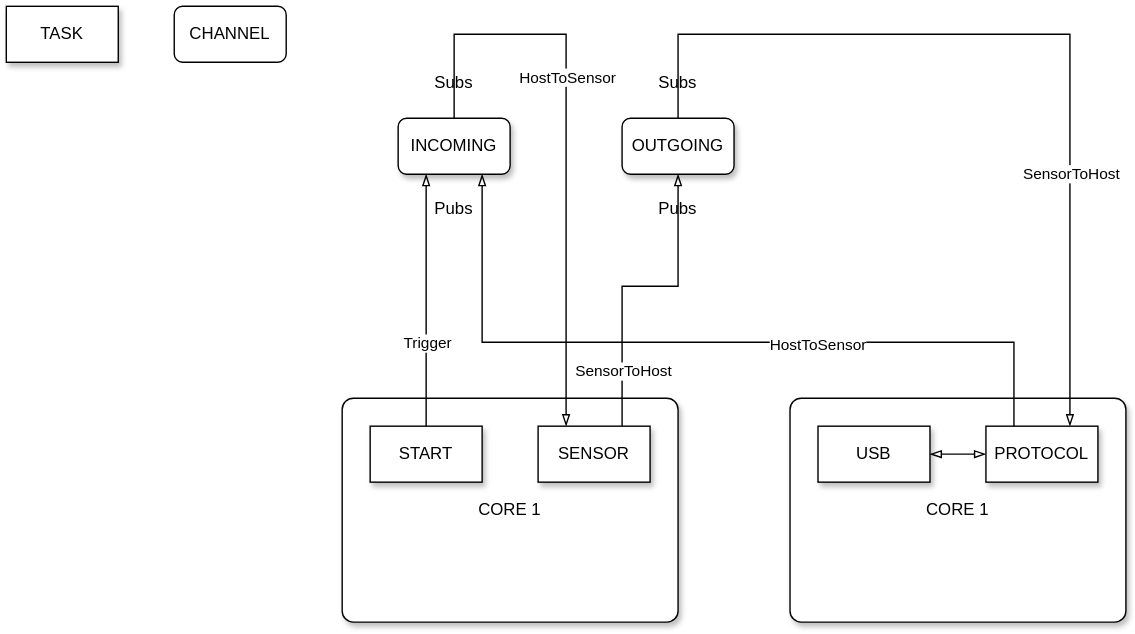
barafael/intro-course keeps this draw.io diagram as images/channels_and_cores.drawio.svg. Above is the earlier version. Source tidied: cells renumbered, new cells last; positions are measured from the earlier drawing's top-left corner, leaving out a move shared by most shapes.
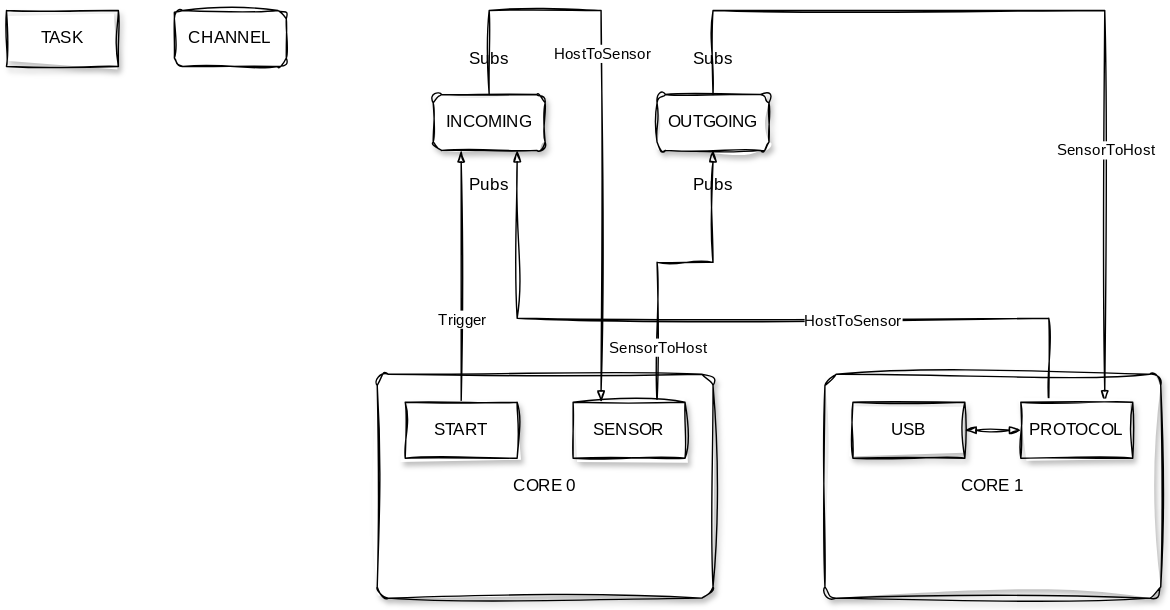
After the commit.

The edit, as a diff of the source:
```diff
@@ -2,40 +2,40 @@
   <root>
     <mxCell id="0" />
     <mxCell id="1" parent="0" />
-    <mxCell id="2" value="CORE 1" style="rounded=1;whiteSpace=wrap;html=1;arcSize=5;shadow=1;" parent="1" vertex="1">
+    <mxCell id="2" value="CORE 0" style="rounded=1;whiteSpace=wrap;html=1;arcSize=5;shadow=1;sketch=1;curveFitting=1;jiggle=2;fontFamily=Architects Daughter;fontSource=https%3A%2F%2Ffonts.googleapis.com%2Fcss%3Ffamily%3DArchitects%2BDaughter;" parent="1" vertex="1">
       <mxGeometry x="240" y="280" width="240" height="160" as="geometry" />
     </mxCell>
-    <mxCell id="3" value="OUTGOING" style="rounded=1;whiteSpace=wrap;html=1;shadow=1;" parent="1" vertex="1">
+    <mxCell id="3" value="OUTGOING" style="rounded=1;whiteSpace=wrap;html=1;shadow=1;sketch=1;curveFitting=1;jiggle=2;fontFamily=Architects Daughter;fontSource=https%3A%2F%2Ffonts.googleapis.com%2Fcss%3Ffamily%3DArchitects%2BDaughter;" parent="1" vertex="1">
       <mxGeometry x="440" y="80" width="80" height="40" as="geometry" />
     </mxCell>
-    <mxCell id="4" value="INCOMING" style="rounded=1;whiteSpace=wrap;html=1;shadow=1;" parent="1" vertex="1">
+    <mxCell id="4" value="INCOMING" style="rounded=1;whiteSpace=wrap;html=1;shadow=1;sketch=1;curveFitting=1;jiggle=2;fontFamily=Architects Daughter;fontSource=https%3A%2F%2Ffonts.googleapis.com%2Fcss%3Ffamily%3DArchitects%2BDaughter;" parent="1" vertex="1">
       <mxGeometry x="280" y="80" width="80" height="40" as="geometry" />
     </mxCell>
-    <mxCell id="5" value="Pubs" style="text;html=1;align=center;verticalAlign=middle;whiteSpace=wrap;rounded=0;" parent="1" vertex="1">
+    <mxCell id="5" value="Pubs" style="text;html=1;align=center;verticalAlign=middle;whiteSpace=wrap;rounded=0;sketch=1;curveFitting=1;jiggle=2;fontFamily=Architects Daughter;fontSource=https%3A%2F%2Ffonts.googleapis.com%2Fcss%3Ffamily%3DArchitects%2BDaughter;" parent="1" vertex="1">
       <mxGeometry x="450" y="130" width="60" height="30" as="geometry" />
     </mxCell>
-    <mxCell id="6" value="Subs" style="text;html=1;align=center;verticalAlign=middle;whiteSpace=wrap;rounded=0;" parent="1" vertex="1">
+    <mxCell id="6" value="Subs" style="text;html=1;align=center;verticalAlign=middle;whiteSpace=wrap;rounded=0;sketch=1;curveFitting=1;jiggle=2;fontFamily=Architects Daughter;fontSource=https%3A%2F%2Ffonts.googleapis.com%2Fcss%3Ffamily%3DArchitects%2BDaughter;" parent="1" vertex="1">
       <mxGeometry x="450" y="40" width="60" height="30" as="geometry" />
     </mxCell>
-    <mxCell id="7" value="Subs" style="text;html=1;align=center;verticalAlign=middle;whiteSpace=wrap;rounded=0;" parent="1" vertex="1">
+    <mxCell id="7" value="Subs" style="text;html=1;align=center;verticalAlign=middle;whiteSpace=wrap;rounded=0;sketch=1;curveFitting=1;jiggle=2;fontFamily=Architects Daughter;fontSource=https%3A%2F%2Ffonts.googleapis.com%2Fcss%3Ffamily%3DArchitects%2BDaughter;" parent="1" vertex="1">
       <mxGeometry x="290" y="40" width="60" height="30" as="geometry" />
     </mxCell>
-    <mxCell id="8" value="CORE 1" style="rounded=1;whiteSpace=wrap;html=1;arcSize=5;shadow=1;" parent="1" vertex="1">
+    <mxCell id="8" value="CORE 1" style="rounded=1;whiteSpace=wrap;html=1;arcSize=5;shadow=1;sketch=1;curveFitting=1;jiggle=2;fontFamily=Architects Daughter;fontSource=https%3A%2F%2Ffonts.googleapis.com%2Fcss%3Ffamily%3DArchitects%2BDaughter;" parent="1" vertex="1">
       <mxGeometry x="560" y="280" width="240" height="160" as="geometry" />
     </mxCell>
-    <mxCell id="9" value="USB" style="rounded=0;whiteSpace=wrap;html=1;shadow=1;" parent="1" vertex="1">
+    <mxCell id="9" value="USB" style="rounded=0;whiteSpace=wrap;html=1;shadow=1;sketch=1;curveFitting=1;jiggle=2;fontFamily=Architects Daughter;fontSource=https%3A%2F%2Ffonts.googleapis.com%2Fcss%3Ffamily%3DArchitects%2BDaughter;" parent="1" vertex="1">
       <mxGeometry x="580" y="300" width="80" height="40" as="geometry" />
     </mxCell>
-    <mxCell id="10" style="edgeStyle=orthogonalEdgeStyle;rounded=0;jettySize=auto;html=1;exitX=0.5;exitY=0;exitDx=0;exitDy=0;strokeColor=default;align=center;verticalAlign=middle;fontFamily=Helvetica;fontSize=11;fontColor=default;labelBackgroundColor=default;endArrow=blockThin;endFill=0;entryX=0.25;entryY=1;entryDx=0;entryDy=0;" parent="1" edge="1" source="12" target="4">
+    <mxCell id="10" style="edgeStyle=orthogonalEdgeStyle;rounded=0;jettySize=auto;html=1;exitX=0.5;exitY=0;exitDx=0;exitDy=0;strokeColor=default;align=center;verticalAlign=middle;fontFamily=Architects Daughter;fontSize=11;fontColor=default;labelBackgroundColor=default;endArrow=blockThin;endFill=0;entryX=0.25;entryY=1;entryDx=0;entryDy=0;sketch=1;curveFitting=1;jiggle=2;fontSource=https%3A%2F%2Ffonts.googleapis.com%2Fcss%3Ffamily%3DArchitects%2BDaughter;" parent="1" edge="1" source="12" target="4">
       <mxGeometry relative="1" as="geometry" />
     </mxCell>
-    <mxCell id="11" value="Trigger" style="edgeLabel;html=1;align=center;verticalAlign=middle;fontFamily=Helvetica;fontSize=11;fontColor=default;labelBackgroundColor=default;" parent="10" vertex="1">
+    <mxCell id="11" value="Trigger" style="edgeLabel;html=1;align=center;verticalAlign=middle;fontFamily=Architects Daughter;fontSize=11;fontColor=default;labelBackgroundColor=default;sketch=1;curveFitting=1;jiggle=2;fontSource=https%3A%2F%2Ffonts.googleapis.com%2Fcss%3Ffamily%3DArchitects%2BDaughter;" parent="10" vertex="1">
       <mxGeometry x="-0.33" relative="1" as="geometry" />
     </mxCell>
-    <mxCell id="12" value="START" style="rounded=0;whiteSpace=wrap;html=1;shadow=1;glass=0;" parent="1" vertex="1">
+    <mxCell id="12" value="START" style="rounded=0;whiteSpace=wrap;html=1;shadow=1;glass=0;sketch=1;curveFitting=1;jiggle=2;fontFamily=Architects Daughter;fontSource=https%3A%2F%2Ffonts.googleapis.com%2Fcss%3Ffamily%3DArchitects%2BDaughter;" parent="1" vertex="1">
       <mxGeometry x="260" y="300" width="80" height="40" as="geometry" />
     </mxCell>
-    <mxCell id="13" style="edgeStyle=orthogonalEdgeStyle;rounded=0;jettySize=auto;html=1;exitX=0.75;exitY=0;exitDx=0;exitDy=0;strokeColor=default;align=center;verticalAlign=middle;fontFamily=Helvetica;fontSize=11;fontColor=default;labelBackgroundColor=default;endArrow=blockThin;endFill=0;entryX=0.5;entryY=1;entryDx=0;entryDy=0;" parent="1" edge="1" source="17" target="3">
+    <mxCell id="13" style="edgeStyle=orthogonalEdgeStyle;rounded=0;jettySize=auto;html=1;exitX=0.75;exitY=0;exitDx=0;exitDy=0;strokeColor=default;align=center;verticalAlign=middle;fontFamily=Architects Daughter;fontSize=11;fontColor=default;labelBackgroundColor=default;endArrow=blockThin;endFill=0;entryX=0.5;entryY=1;entryDx=0;entryDy=0;sketch=1;curveFitting=1;jiggle=2;fontSource=https%3A%2F%2Ffonts.googleapis.com%2Fcss%3Ffamily%3DArchitects%2BDaughter;" parent="1" edge="1" source="17" target="3">
       <mxGeometry relative="1" as="geometry">
         <Array as="points">
           <mxPoint x="440" y="200" />
@@ -43,12 +43,12 @@
         </Array>
       </mxGeometry>
     </mxCell>
-    <mxCell id="14" value="SensorToHost" style="edgeLabel;html=1;align=center;verticalAlign=middle;fontFamily=Helvetica;fontSize=11;fontColor=default;labelBackgroundColor=default;" parent="13" vertex="1">
+    <mxCell id="14" value="SensorToHost" style="edgeLabel;html=1;align=center;verticalAlign=middle;fontFamily=Architects Daughter;fontSize=11;fontColor=default;labelBackgroundColor=default;sketch=1;curveFitting=1;jiggle=2;fontSource=https%3A%2F%2Ffonts.googleapis.com%2Fcss%3Ffamily%3DArchitects%2BDaughter;" parent="13" vertex="1">
       <mxGeometry x="-0.51" relative="1" as="geometry">
         <mxPoint y="14" as="offset" />
       </mxGeometry>
     </mxCell>
-    <mxCell id="15" style="edgeStyle=orthogonalEdgeStyle;rounded=0;jettySize=auto;html=1;exitX=0.25;exitY=0;exitDx=0;exitDy=0;strokeColor=default;align=center;verticalAlign=middle;fontFamily=Helvetica;fontSize=11;fontColor=default;labelBackgroundColor=default;endArrow=none;endFill=0;startArrow=blockThin;startFill=0;entryX=0.5;entryY=0;entryDx=0;entryDy=0;" parent="1" edge="1" source="17" target="4">
+    <mxCell id="15" style="edgeStyle=orthogonalEdgeStyle;rounded=0;jettySize=auto;html=1;exitX=0.25;exitY=0;exitDx=0;exitDy=0;strokeColor=default;align=center;verticalAlign=middle;fontFamily=Architects Daughter;fontSize=11;fontColor=default;labelBackgroundColor=default;endArrow=none;endFill=0;startArrow=blockThin;startFill=0;entryX=0.5;entryY=0;entryDx=0;entryDy=0;sketch=1;curveFitting=1;jiggle=2;fontSource=https%3A%2F%2Ffonts.googleapis.com%2Fcss%3Ffamily%3DArchitects%2BDaughter;" parent="1" edge="1" source="17" target="4">
       <mxGeometry relative="1" as="geometry">
         <Array as="points">
           <mxPoint x="400" y="20" />
@@ -56,13 +56,13 @@
         </Array>
       </mxGeometry>
     </mxCell>
-    <mxCell id="16" value="HostToSensor" style="edgeLabel;html=1;align=center;verticalAlign=middle;fontFamily=Helvetica;fontSize=11;fontColor=default;labelBackgroundColor=default;" parent="15" vertex="1">
+    <mxCell id="16" value="HostToSensor" style="edgeLabel;html=1;align=center;verticalAlign=middle;fontFamily=Architects Daughter;fontSize=11;fontColor=default;labelBackgroundColor=default;sketch=1;curveFitting=1;jiggle=2;fontSource=https%3A%2F%2Ffonts.googleapis.com%2Fcss%3Ffamily%3DArchitects%2BDaughter;" parent="15" vertex="1">
       <mxGeometry x="0.19" relative="1" as="geometry" />
     </mxCell>
-    <mxCell id="17" value="SENSOR" style="rounded=0;whiteSpace=wrap;html=1;shadow=1;" parent="1" vertex="1">
+    <mxCell id="17" value="SENSOR" style="rounded=0;whiteSpace=wrap;html=1;shadow=1;sketch=1;curveFitting=1;jiggle=2;fontFamily=Architects Daughter;fontSource=https%3A%2F%2Ffonts.googleapis.com%2Fcss%3Ffamily%3DArchitects%2BDaughter;" parent="1" vertex="1">
       <mxGeometry x="380" y="300" width="80" height="40" as="geometry" />
     </mxCell>
-    <mxCell id="18" style="edgeStyle=orthogonalEdgeStyle;rounded=0;jettySize=auto;html=1;exitX=0.75;exitY=0;exitDx=0;exitDy=0;strokeColor=default;align=center;verticalAlign=middle;fontFamily=Helvetica;fontSize=11;fontColor=default;labelBackgroundColor=default;endArrow=none;endFill=0;startArrow=blockThin;startFill=0;entryX=0.5;entryY=0;entryDx=0;entryDy=0;" parent="1" edge="1" source="23" target="3">
+    <mxCell id="18" style="edgeStyle=orthogonalEdgeStyle;rounded=0;jettySize=auto;html=1;exitX=0.75;exitY=0;exitDx=0;exitDy=0;strokeColor=default;align=center;verticalAlign=middle;fontFamily=Architects Daughter;fontSize=11;fontColor=default;labelBackgroundColor=default;endArrow=none;endFill=0;startArrow=blockThin;startFill=0;entryX=0.5;entryY=0;entryDx=0;entryDy=0;sketch=1;curveFitting=1;jiggle=2;fontSource=https%3A%2F%2Ffonts.googleapis.com%2Fcss%3Ffamily%3DArchitects%2BDaughter;" parent="1" edge="1" source="23" target="3">
       <mxGeometry relative="1" as="geometry">
         <Array as="points">
           <mxPoint x="760" y="20" />
@@ -70,10 +70,10 @@
         </Array>
       </mxGeometry>
     </mxCell>
-    <mxCell id="19" value="SensorToHost" style="edgeLabel;html=1;align=center;verticalAlign=middle;fontFamily=Helvetica;fontSize=11;fontColor=default;labelBackgroundColor=default;" parent="18" vertex="1">
+    <mxCell id="19" value="SensorToHost" style="edgeLabel;html=1;align=center;verticalAlign=middle;fontFamily=Architects Daughter;fontSize=11;fontColor=default;labelBackgroundColor=default;sketch=1;curveFitting=1;jiggle=2;fontSource=https%3A%2F%2Ffonts.googleapis.com%2Fcss%3Ffamily%3DArchitects%2BDaughter;" parent="18" vertex="1">
       <mxGeometry x="-0.42" relative="1" as="geometry" />
     </mxCell>
-    <mxCell id="20" style="edgeStyle=orthogonalEdgeStyle;rounded=0;jettySize=auto;html=1;exitX=0.25;exitY=0;exitDx=0;exitDy=0;strokeColor=default;align=center;verticalAlign=middle;fontFamily=Helvetica;fontSize=11;fontColor=default;labelBackgroundColor=default;endArrow=blockThin;endFill=0;entryX=0.75;entryY=1;entryDx=0;entryDy=0;" parent="1" edge="1" source="23" target="4">
+    <mxCell id="20" style="edgeStyle=orthogonalEdgeStyle;rounded=0;jettySize=auto;html=1;exitX=0.25;exitY=0;exitDx=0;exitDy=0;strokeColor=default;align=center;verticalAlign=middle;fontFamily=Architects Daughter;fontSize=11;fontColor=default;labelBackgroundColor=default;endArrow=blockThin;endFill=0;entryX=0.75;entryY=1;entryDx=0;entryDy=0;sketch=1;curveFitting=1;jiggle=2;fontSource=https%3A%2F%2Ffonts.googleapis.com%2Fcss%3Ffamily%3DArchitects%2BDaughter;" parent="1" edge="1" source="23" target="4">
       <mxGeometry relative="1" as="geometry">
         <Array as="points">
           <mxPoint x="720" y="240" />
@@ -81,23 +81,23 @@
         </Array>
       </mxGeometry>
     </mxCell>
-    <mxCell id="21" value="HostToSensor" style="edgeLabel;html=1;align=center;verticalAlign=middle;fontFamily=Helvetica;fontSize=11;fontColor=default;labelBackgroundColor=default;" parent="20" vertex="1">
+    <mxCell id="21" value="HostToSensor" style="edgeLabel;html=1;align=center;verticalAlign=middle;fontFamily=Architects Daughter;fontSize=11;fontColor=default;labelBackgroundColor=default;sketch=1;curveFitting=1;jiggle=2;fontSource=https%3A%2F%2Ffonts.googleapis.com%2Fcss%3Ffamily%3DArchitects%2BDaughter;" parent="20" vertex="1">
       <mxGeometry x="-0.28" y="1" relative="1" as="geometry" />
     </mxCell>
-    <mxCell id="22" style="edgeStyle=orthogonalEdgeStyle;rounded=0;jettySize=auto;html=1;exitX=0;exitY=0.5;exitDx=0;exitDy=0;strokeColor=default;align=center;verticalAlign=middle;fontFamily=Helvetica;fontSize=11;fontColor=default;labelBackgroundColor=default;endArrow=blockThin;endFill=0;startArrow=blockThin;startFill=0;" parent="1" edge="1" source="23" target="9">
+    <mxCell id="22" style="edgeStyle=orthogonalEdgeStyle;rounded=0;jettySize=auto;html=1;exitX=0;exitY=0.5;exitDx=0;exitDy=0;strokeColor=default;align=center;verticalAlign=middle;fontFamily=Architects Daughter;fontSize=11;fontColor=default;labelBackgroundColor=default;endArrow=blockThin;endFill=0;startArrow=blockThin;startFill=0;sketch=1;curveFitting=1;jiggle=2;fontSource=https%3A%2F%2Ffonts.googleapis.com%2Fcss%3Ffamily%3DArchitects%2BDaughter;" parent="1" edge="1" source="23" target="9">
       <mxGeometry relative="1" as="geometry" />
     </mxCell>
-    <mxCell id="23" value="PROTOCOL" style="rounded=0;whiteSpace=wrap;html=1;shadow=1;" parent="1" vertex="1">
+    <mxCell id="23" value="PROTOCOL" style="rounded=0;whiteSpace=wrap;html=1;shadow=1;sketch=1;curveFitting=1;jiggle=2;fontFamily=Architects Daughter;fontSource=https%3A%2F%2Ffonts.googleapis.com%2Fcss%3Ffamily%3DArchitects%2BDaughter;" parent="1" vertex="1">
       <mxGeometry x="700" y="300" width="80" height="40" as="geometry" />
     </mxCell>
-    <mxCell id="24" value="Pubs" style="text;html=1;align=center;verticalAlign=middle;whiteSpace=wrap;rounded=0;" parent="1" vertex="1">
+    <mxCell id="24" value="Pubs" style="text;html=1;align=center;verticalAlign=middle;whiteSpace=wrap;rounded=0;sketch=1;curveFitting=1;jiggle=2;fontFamily=Architects Daughter;fontSource=https%3A%2F%2Ffonts.googleapis.com%2Fcss%3Ffamily%3DArchitects%2BDaughter;" parent="1" vertex="1">
       <mxGeometry x="290" y="130" width="60" height="30" as="geometry" />
     </mxCell>
-    <mxCell id="25" value="TASK" style="rounded=0;whiteSpace=wrap;html=1;shadow=1;glass=0;" parent="1" vertex="1">
-      <mxGeometry width="80" height="40" as="geometry" />
+    <mxCell id="25" value="TASK" style="rounded=0;whiteSpace=wrap;html=1;shadow=1;glass=0;sketch=1;curveFitting=1;jiggle=2;fontFamily=Architects Daughter;fontSource=https%3A%2F%2Ffonts.googleapis.com%2Fcss%3Ffamily%3DArchitects%2BDaughter;" parent="1" vertex="1">
+      <mxGeometry x="-25" y="20" width="80" height="40" as="geometry" />
     </mxCell>
-    <mxCell id="26" value="CHANNEL" style="rounded=1;whiteSpace=wrap;html=1;" parent="1" vertex="1">
-      <mxGeometry x="120" width="80" height="40" as="geometry" />
+    <mxCell id="26" value="CHANNEL" style="rounded=1;whiteSpace=wrap;html=1;sketch=1;curveFitting=1;jiggle=2;fontFamily=Architects Daughter;fontSource=https%3A%2F%2Ffonts.googleapis.com%2Fcss%3Ffamily%3DArchitects%2BDaughter;" parent="1" vertex="1">
+      <mxGeometry x="95" y="20" width="80" height="40" as="geometry" />
     </mxCell>
   </root>
 </mxGraphModel>
```
